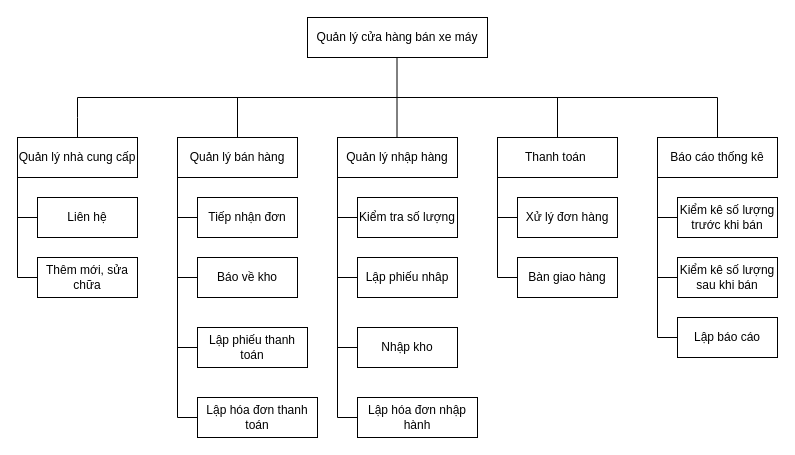
The draw.io diagram Biểu đồ không có tiêu đề.drawio in trung0501/TRUNG_OOP, before the edit. Source tidied: cells renumbered, new cells numbered last; positions are measured from the earlier drawing's top-left corner, leaving out a move shared by most shapes. Both pictures are drawn from the tidied source at 100%, with x=0, y=0 at pixel (17, 17).
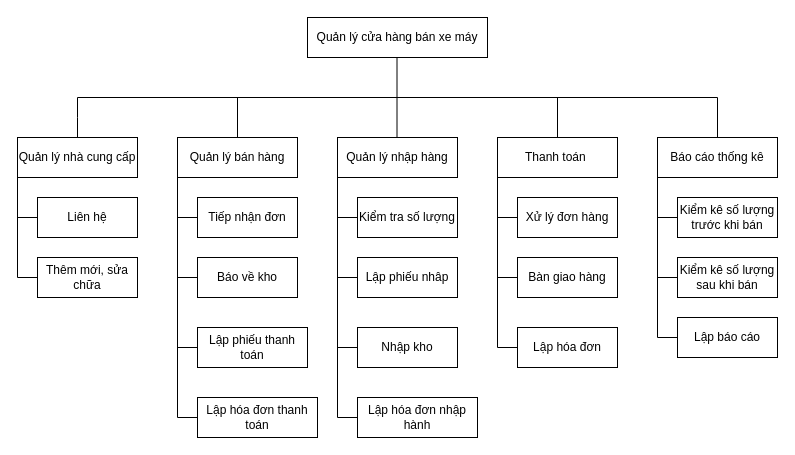
The same page after the edit.

Commit message (it also covers changes not shown here):
Sơ đồ phân rã chức năng.drawio

The edit, as a diff of the source:
```diff
@@
     <mxCell id="37" style="endArrow=none;html=1;rounded=0;" parent="1" edge="1">
       <mxGeometry relative="1" as="geometry">
-        <mxPoint x="480" y="260" as="sourcePoint" />
+        <mxPoint x="480" y="330" as="sourcePoint" />
         <mxPoint x="480" y="160" as="targetPoint" />
       </mxGeometry>
     </mxCell>
@@
+    <mxCell id="49" value="Lập hóa đơn" style="rounded=0;whiteSpace=wrap;html=1;" parent="1" vertex="1">
+      <mxGeometry x="500" y="310" width="100" height="40" as="geometry" />
+    </mxCell>
+    <mxCell id="50" style="endArrow=none;html=1;rounded=0;" parent="1" edge="1" target="49">
+      <mxGeometry relative="1" as="geometry">
+        <mxPoint x="480" y="330" as="sourcePoint" />
+      </mxGeometry>
+    </mxCell>
```
